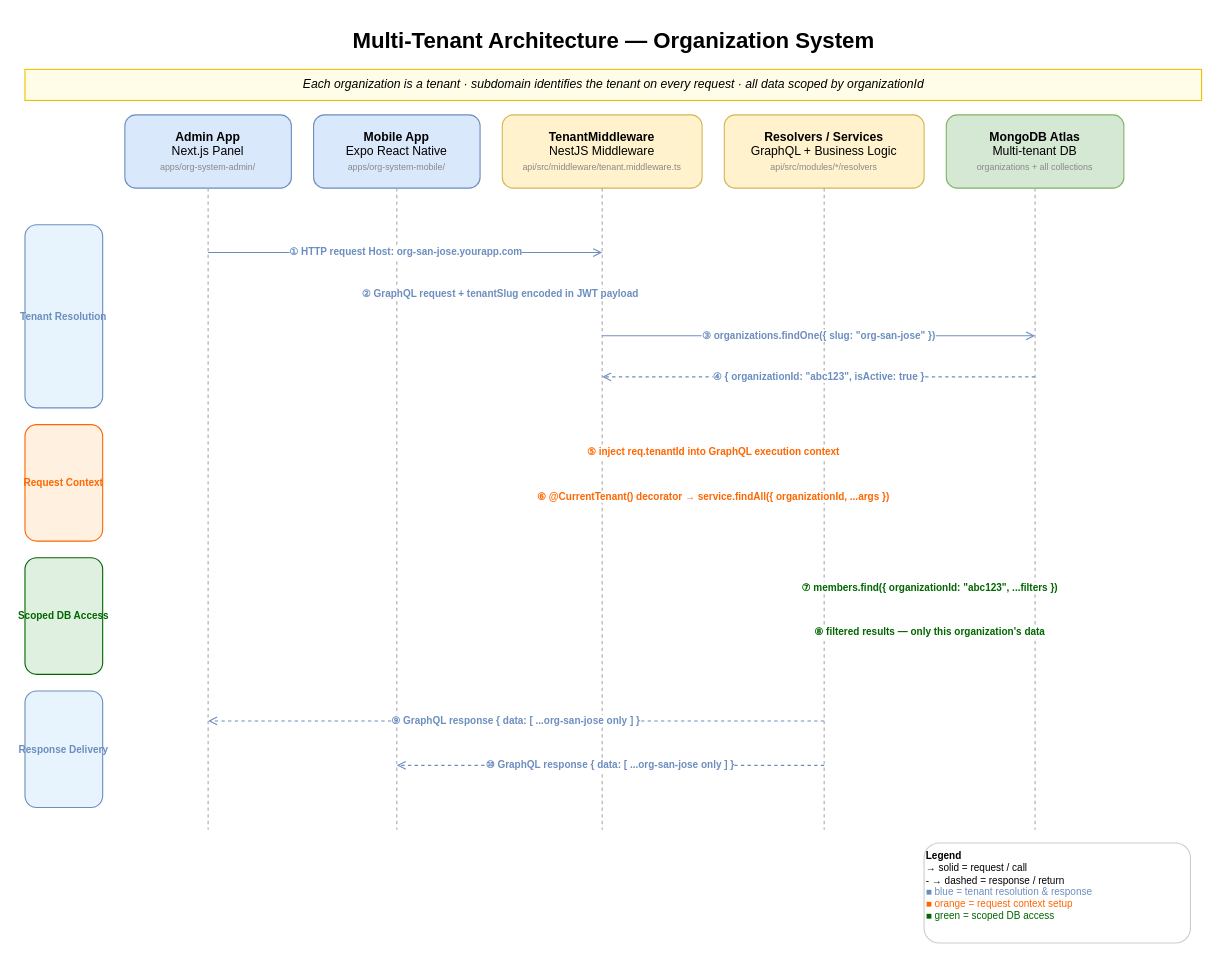
Before: docs/multi-tenant-architecture.drawio in jade-kenneth/ai-media-creator, a draw.io diagram. Source tidied: cells renumbered, new cells numbered last; positions are measured from the earlier drawing's top-left corner, leaving out a move shared by most shapes. Both pictures are drawn from the tidied source at 111%, with x=0, y=0 at pixel (24, 19).
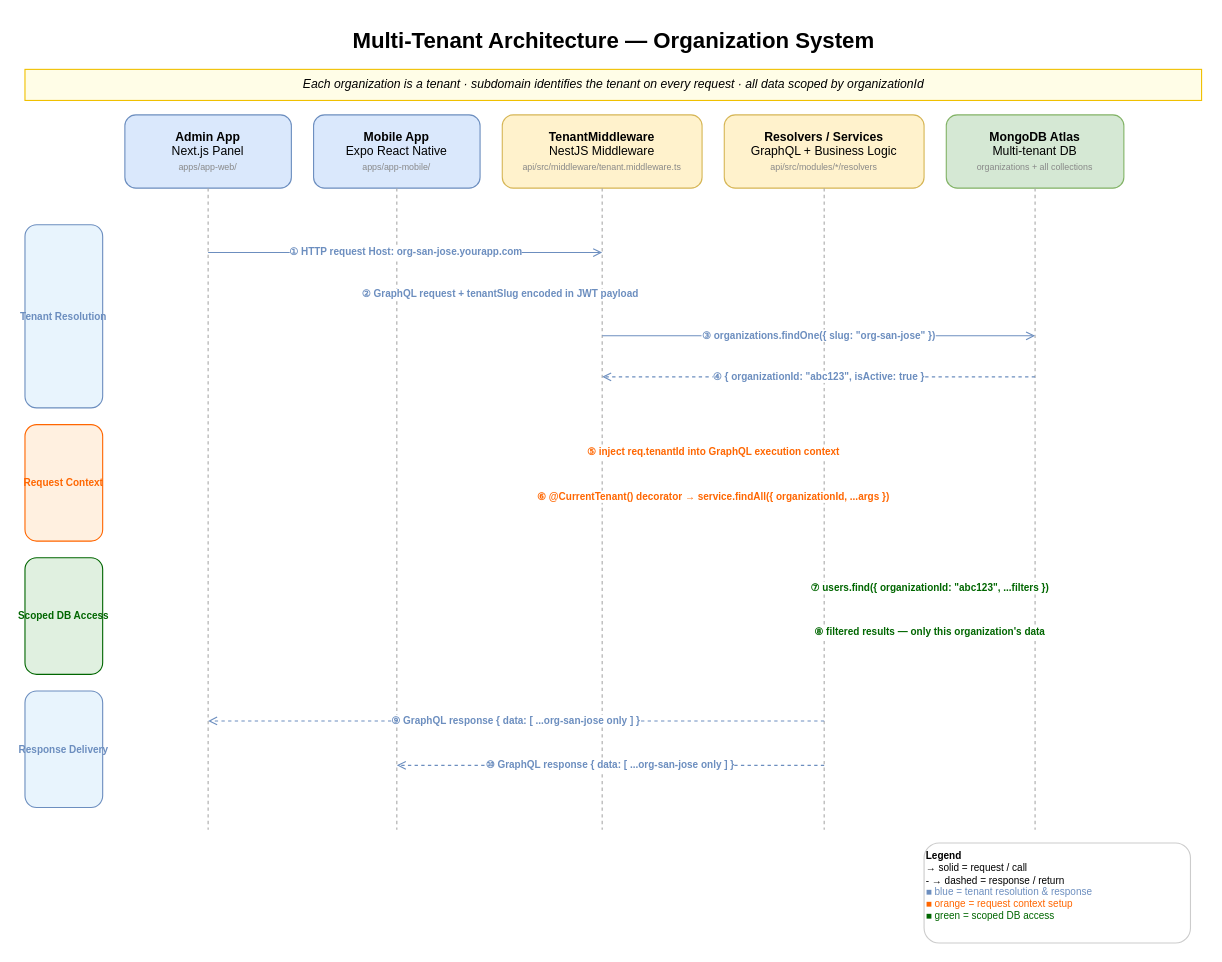
Above is the later version.

Diff of the diagram source:
```diff
@@
-    <mxCell id="4" value="&lt;b&gt;Admin App&lt;/b&gt;&lt;br&gt;Next.js Panel&lt;br&gt;&lt;font style=&quot;font-size:8px;&quot; color=&quot;#888888&quot;&gt;apps/org-system-admin/&lt;/font&gt;" style="rounded=1;whiteSpace=wrap;html=1;fillColor=#dae8fc;strokeColor=#6c8ebf;fontSize=11;align=center;" parent="1" vertex="1">
+    <mxCell id="4" value="&lt;b&gt;Admin App&lt;/b&gt;&lt;br&gt;Next.js Panel&lt;br&gt;&lt;font style=&quot;font-size:8px;&quot; color=&quot;#888888&quot;&gt;apps/app-web/&lt;/font&gt;" style="rounded=1;whiteSpace=wrap;html=1;fillColor=#dae8fc;strokeColor=#6c8ebf;fontSize=11;align=center;" parent="1" vertex="1">
       <mxGeometry x="90" y="86" width="150" height="66" as="geometry" />
     </mxCell>
-    <mxCell id="5" value="&lt;b&gt;Mobile App&lt;/b&gt;&lt;br&gt;Expo React Native&lt;br&gt;&lt;font style=&quot;font-size:8px;&quot; color=&quot;#888888&quot;&gt;apps/org-system-mobile/&lt;/font&gt;" style="rounded=1;whiteSpace=wrap;html=1;fillColor=#dae8fc;strokeColor=#6c8ebf;fontSize=11;align=center;" parent="1" vertex="1">
+    <mxCell id="5" value="&lt;b&gt;Mobile App&lt;/b&gt;&lt;br&gt;Expo React Native&lt;br&gt;&lt;font style=&quot;font-size:8px;&quot; color=&quot;#888888&quot;&gt;apps/app-mobile/&lt;/font&gt;" style="rounded=1;whiteSpace=wrap;html=1;fillColor=#dae8fc;strokeColor=#6c8ebf;fontSize=11;align=center;" parent="1" vertex="1">
       <mxGeometry x="260" y="86" width="150" height="66" as="geometry" />
     </mxCell>
@@
-    <mxCell id="24" value="⑦ members.find({ organizationId: &quot;abc123&quot;, ...filters })" style="html=1;strokeColor=#006600;fontColor=#006600;fontSize=9;fontStyle=1;startArrow=none;endArrow=open;endFill=1;" parent="1" edge="1">
+    <mxCell id="24" value="⑦ users.find({ organizationId: &quot;abc123&quot;, ...filters })" style="html=1;strokeColor=#006600;fontColor=#006600;fontSize=9;fontStyle=1;startArrow=none;endArrow=open;endFill=1;" parent="1" edge="1">
       <mxGeometry relative="1" as="geometry">
         <mxPoint x="720" y="512" as="sourcePoint" />
         <mxPoint x="910" y="512" as="targetPoint" />
       </mxGeometry>
     </mxCell>
```
